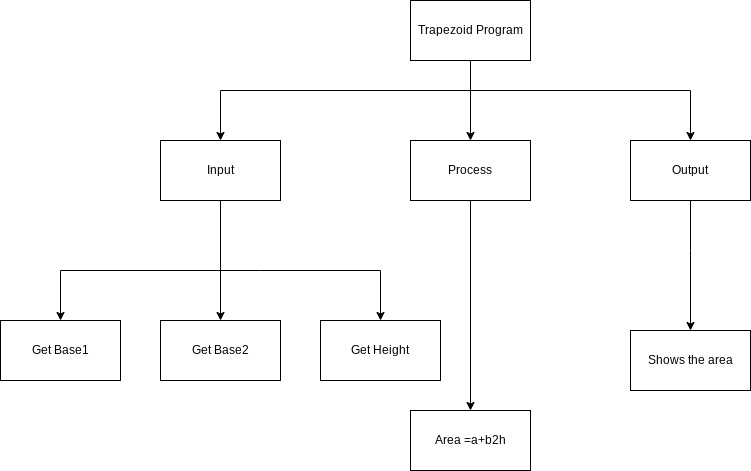
Ethan-Prieur1/ICS3U-Assignment6-Python keeps this draw.io diagram as design.png. Above is the earlier version. Source tidied: cells renumbered, new cells last; positions are measured from the earlier drawing's top-left corner, leaving out a move shared by most shapes.
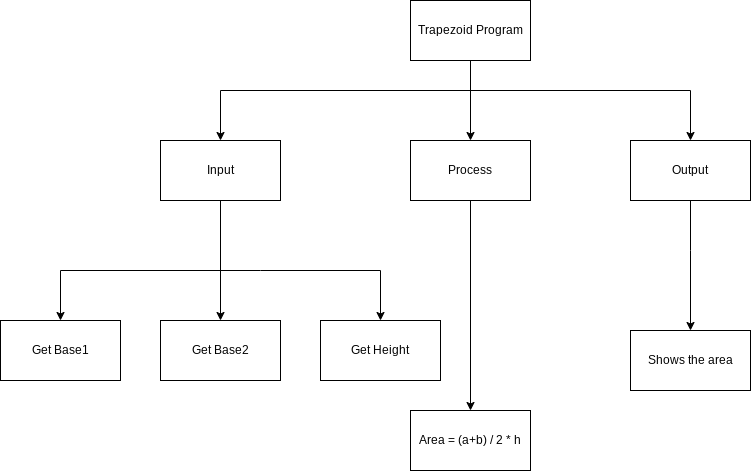
After the change.

The edit, as a diff of the source:
```diff
@@ -90,7 +90,7 @@
         </Array>
       </mxGeometry>
     </mxCell>
-    <mxCell id="19" value="Area =a+b2h" style="rounded=0;whiteSpace=wrap;html=1;" parent="1" vertex="1">
+    <mxCell id="19" value="Area = (a+b) / 2 * h" style="rounded=0;whiteSpace=wrap;html=1;" parent="1" vertex="1">
       <mxGeometry x="410" y="410" width="120" height="60" as="geometry" />
     </mxCell>
   </root>
```
